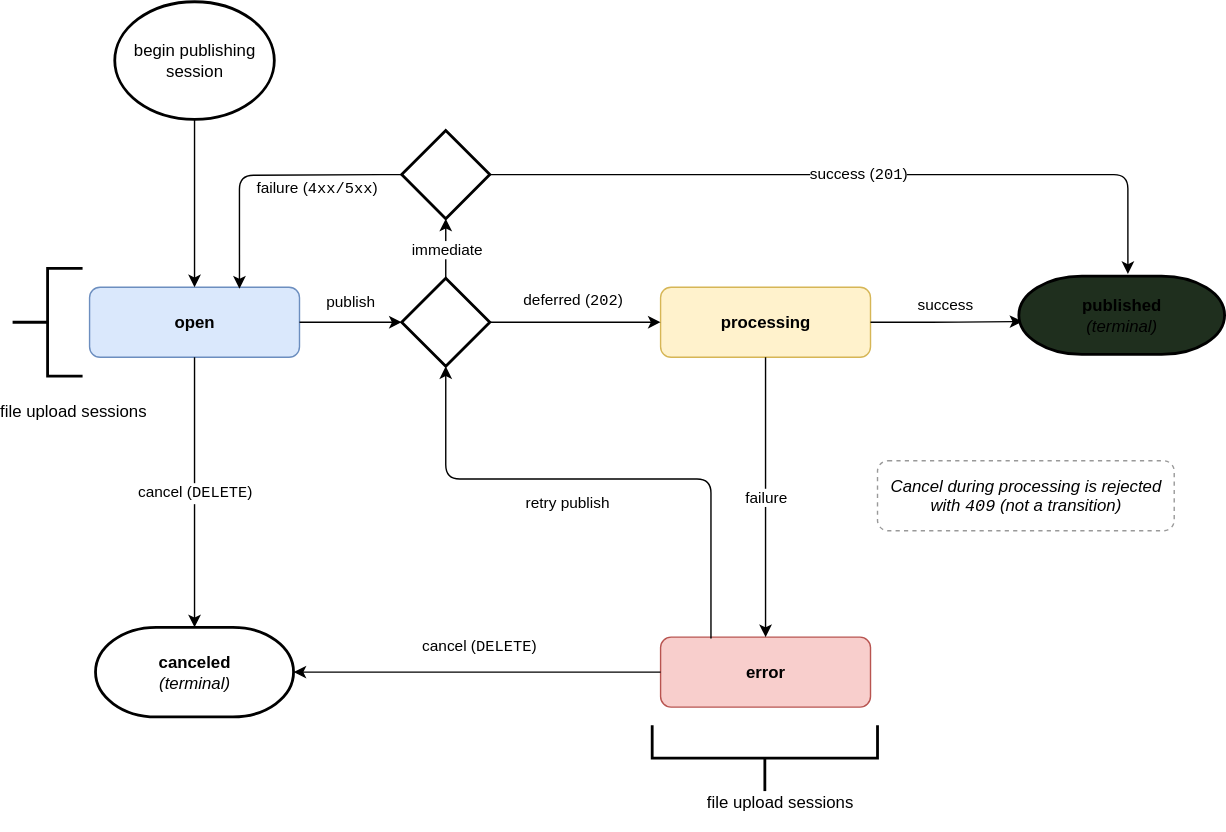
This is peps/pep-0694/publishing-session-states.drawio.svg from python/peps, a draw.io export, as it was before one commit. Source tidied: cells renumbered, new cells last; positions are measured from the earlier drawing's top-left corner, leaving out a move shared by most shapes.
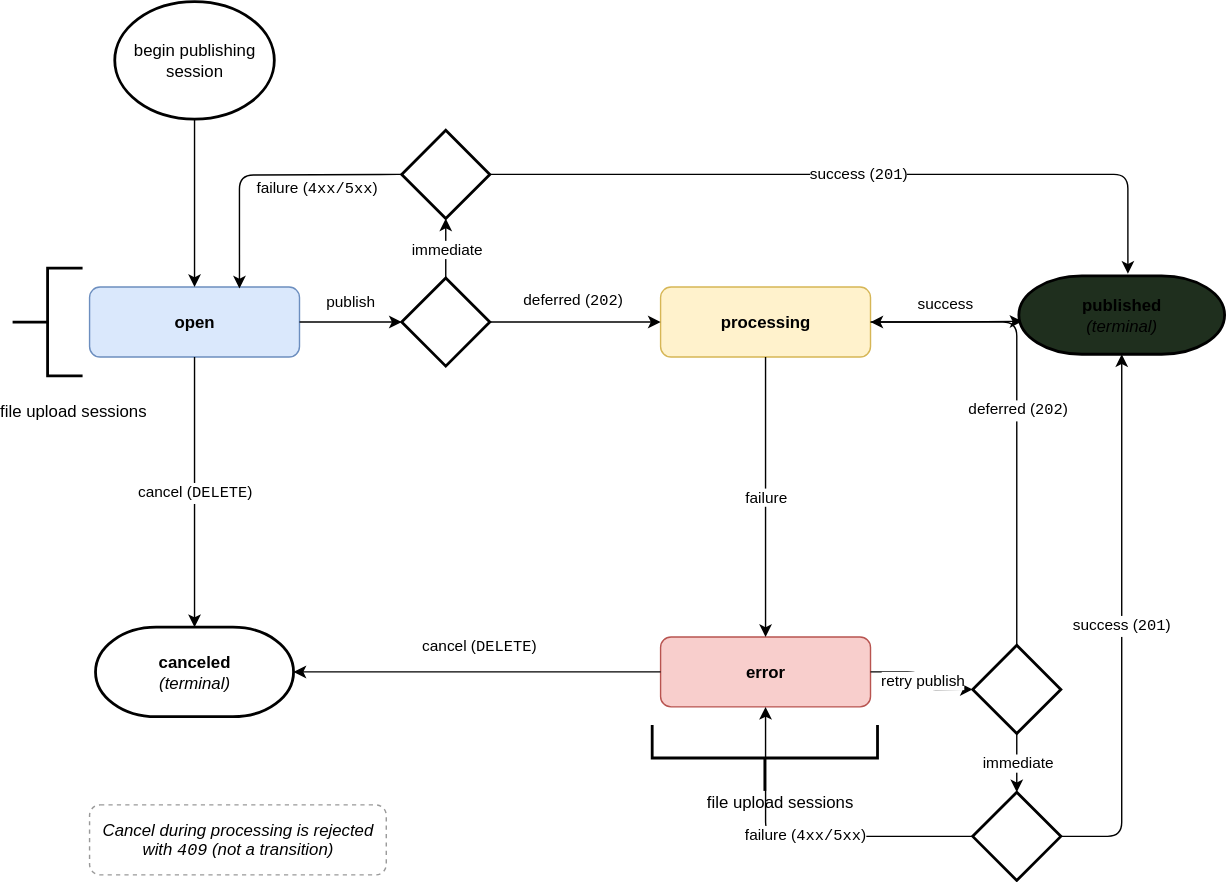
After the change.

Change to the diagram source:
```diff
@@ -12,7 +12,7 @@
       <mxGeometry x="463" y="454" width="150" height="50" as="geometry" />
     </mxCell>
     <mxCell id="5" value="Cancel during processing is rejected with &lt;font face=&quot;Courier New&quot;&gt;409&lt;/font&gt; (not a transition)" style="rounded=1;whiteSpace=wrap;html=1;dashed=1;fillColor=none;strokeColor=#999999;fontStyle=2;" parent="1" vertex="1">
-      <mxGeometry x="618" y="328" width="212" height="50" as="geometry" />
+      <mxGeometry x="55" y="574" width="212" height="50" as="geometry" />
     </mxCell>
     <mxCell id="6" style="edgeStyle=orthogonalEdgeStyle;rounded=1;html=1;exitX=0.5;exitY=1;exitDx=0;exitDy=0;exitPerimeter=0;" parent="1" edge="1" source="13" target="2">
       <mxGeometry relative="1" as="geometry" />
@@ -29,15 +29,10 @@
     <mxCell id="10" value="failure" style="edgeStyle=orthogonalEdgeStyle;rounded=1;html=1;entryX=0.5;entryY=0;entryDx=0;entryDy=0;exitX=0.5;exitY=1;exitDx=0;exitDy=0;" parent="1" edge="1" source="3" target="4">
       <mxGeometry relative="1" as="geometry" />
     </mxCell>
-    <mxCell id="11" value="retry publish" style="edgeStyle=orthogonalEdgeStyle;rounded=1;html=1;exitX=0.24;exitY=0.02;exitDx=0;exitDy=0;entryX=0.5;entryY=1;entryDx=0;entryDy=0;entryPerimeter=0;exitPerimeter=0;" parent="1" edge="1" source="4" target="16">
-      <mxGeometry x="0.13" y="17" relative="1" as="geometry">
-        <Array as="points">
-          <mxPoint x="499" y="341" />
-          <mxPoint x="310" y="341" />
-        </Array>
-      </mxGeometry>
+    <mxCell id="11" value="retry publish" style="edgeStyle=orthogonalEdgeStyle;rounded=1;html=1;exitX=1;exitY=0.5;exitDx=0;exitDy=0;entryX=0;entryY=0.5;entryDx=0;entryDy=0;" parent="1" edge="1" source="4" target="25">
+      <mxGeometry relative="1" as="geometry" />
     </mxCell>
-    <mxCell id="12" value="cancel (&lt;font face=&quot;Courier New&quot;&gt;DELETE&lt;/font&gt;)" style="edgeStyle=orthogonalEdgeStyle;rounded=1;html=1;entryX=1;entryY=0.5;entryDx=0;entryDy=0;entryPerimeter=0;" parent="1" edge="1" source="4" target="15">
+    <mxCell id="12" value="cancel (&lt;font face=&quot;Courier New&quot;&gt;DELETE&lt;/font&gt;)" style="edgeStyle=orthogonalEdgeStyle;rounded=1;html=1;entryX=1;entryY=0.5;entryDx=0;entryDy=0;entryPerimeter=0;exitX=0;exitY=0.5;exitDx=0;exitDy=0;" parent="1" edge="1" source="4" target="15">
       <mxGeometry x="-0.01" y="-18" relative="1" as="geometry" />
     </mxCell>
     <mxCell id="13" value="begin publishing session" style="strokeWidth=2;html=1;shape=mxgraph.flowchart.start_1;whiteSpace=wrap;" parent="1" vertex="1">
@@ -90,5 +85,23 @@
     <mxCell id="24" value="immediate" style="edgeLabel;html=1;align=center;verticalAlign=middle;" parent="23" vertex="1">
       <mxGeometry relative="1" as="geometry" />
     </mxCell>
+    <mxCell id="25" style="strokeWidth=2;html=1;shape=mxgraph.flowchart.decision;whiteSpace=wrap;" parent="1" vertex="1">
+      <mxGeometry x="686" y="460" width="63" height="63" as="geometry" />
+    </mxCell>
+    <mxCell id="26" style="strokeWidth=2;html=1;shape=mxgraph.flowchart.decision;whiteSpace=wrap;" parent="1" vertex="1">
+      <mxGeometry x="686" y="565" width="63" height="63" as="geometry" />
+    </mxCell>
+    <mxCell id="27" value="deferred (&lt;font face=&quot;Courier New&quot;&gt;202&lt;/font&gt;)" style="edgeStyle=orthogonalEdgeStyle;rounded=1;html=1;exitX=0.5;exitY=0;exitDx=0;exitDy=0;entryX=1;entryY=0.5;entryDx=0;entryDy=0;entryPerimeter=0;" parent="1" edge="1" source="25" target="3">
+      <mxGeometry relative="1" as="geometry" />
+    </mxCell>
+    <mxCell id="28" value="immediate" style="edgeStyle=orthogonalEdgeStyle;rounded=1;html=1;exitX=0.5;exitY=1;exitDx=0;exitDy=0;entryX=0.5;entryY=0;entryDx=0;entryDy=0;" parent="1" edge="1" source="25" target="26">
+      <mxGeometry relative="1" as="geometry" />
+    </mxCell>
+    <mxCell id="29" value="success (&lt;font face=&quot;Courier New&quot;&gt;201&lt;/font&gt;)" style="edgeStyle=orthogonalEdgeStyle;rounded=1;html=1;exitX=1;exitY=0.5;exitDx=0;exitDy=0;entryX=0.5;entryY=1;entryDx=0;entryDy=0;entryPerimeter=0;" parent="1" edge="1" source="26" target="18">
+      <mxGeometry relative="1" as="geometry" />
+    </mxCell>
+    <mxCell id="30" value="failure (&lt;font face=&quot;Courier New&quot;&gt;4xx/5xx&lt;/font&gt;)" style="edgeStyle=orthogonalEdgeStyle;rounded=1;html=1;exitX=0;exitY=0.5;exitDx=0;exitDy=0;entryX=0.5;entryY=1;entryDx=0;entryDy=0;entryPerimeter=0;" parent="1" edge="1" source="26" target="4">
+      <mxGeometry relative="1" as="geometry" />
+    </mxCell>
   </root>
 </mxGraphModel>
```
